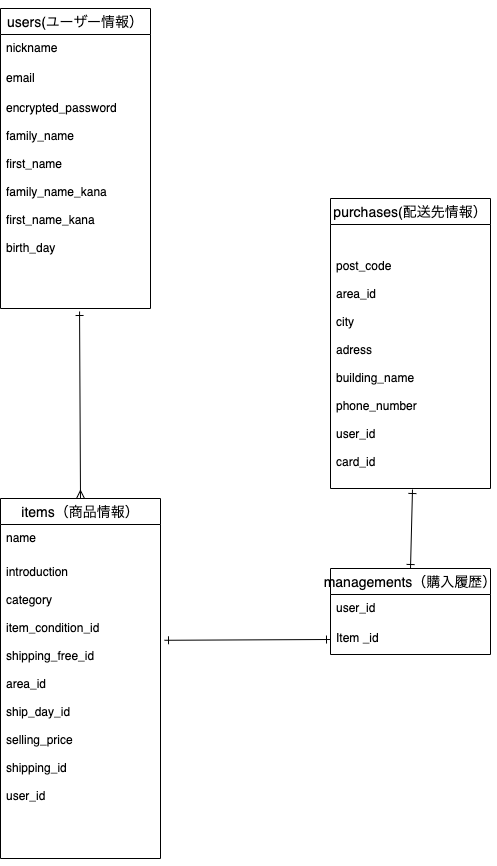
The draw.io diagram test.drawio.png in noname2601/furima-35213, before a commit. Source tidied: cells renumbered, new cells last; positions are measured from the earlier drawing's top-left corner, leaving out a move shared by most shapes.
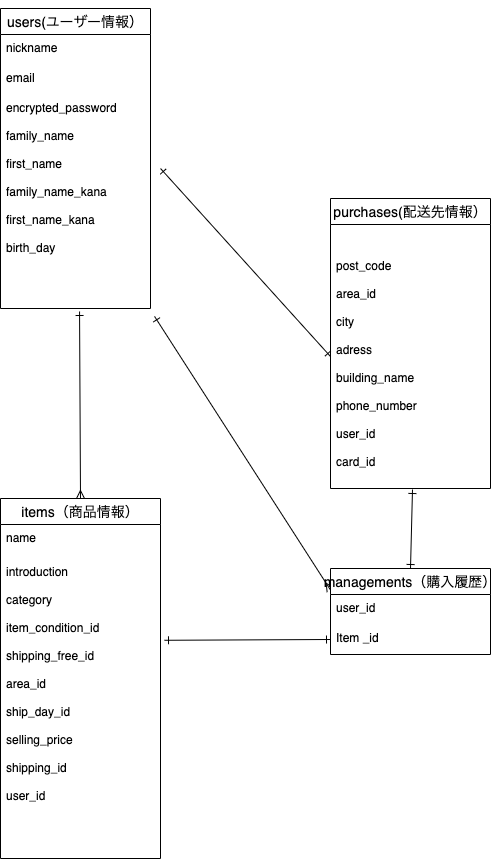
Above is the later version.

The edit, as a diff of the source:
```diff
@@ -42,6 +42,9 @@
         <mxPoint x="412" y="481" as="targetPoint" />
       </mxGeometry>
     </mxCell>
+    <mxCell id="18" style="edgeStyle=none;rounded=0;jettySize=auto;html=1;exitX=0;exitY=0.25;exitDx=0;exitDy=0;entryX=1.027;entryY=1.037;entryDx=0;entryDy=0;entryPerimeter=0;startArrow=ERmany;startFill=0;sourcePerimeterSpacing=6;endArrow=ERone;endFill=0;targetPerimeterSpacing=6;" parent="1" edge="1" source="14" target="6">
+      <mxGeometry relative="1" as="geometry" />
+    </mxCell>
     <mxCell id="14" value="managements（購入履歴）" style="swimlane;fontStyle=0;horizontal=1;startSize=26;align=center;fontSize=14;" parent="1" vertex="1">
       <mxGeometry x="330" y="560" width="160" height="86" as="geometry" />
     </mxCell>
@@ -54,5 +57,8 @@
     <mxCell id="17" style="edgeStyle=none;rounded=0;jettySize=auto;html=1;exitX=0;exitY=0.5;exitDx=0;exitDy=0;entryX=1.025;entryY=0.269;entryDx=0;entryDy=0;entryPerimeter=0;startArrow=ERone;startFill=0;sourcePerimeterSpacing=6;endArrow=ERone;endFill=0;targetPerimeterSpacing=6;" parent="1" edge="1" source="16" target="12">
       <mxGeometry relative="1" as="geometry" />
     </mxCell>
+    <mxCell id="19" style="edgeStyle=none;rounded=0;jettySize=auto;html=1;exitX=0;exitY=0.5;exitDx=0;exitDy=0;entryX=1.067;entryY=0.346;entryDx=0;entryDy=0;entryPerimeter=0;startArrow=ERone;startFill=0;sourcePerimeterSpacing=6;endArrow=ERone;endFill=0;targetPerimeterSpacing=6;" parent="1" edge="1" source="8" target="6">
+      <mxGeometry relative="1" as="geometry" />
+    </mxCell>
   </root>
 </mxGraphModel>
```
